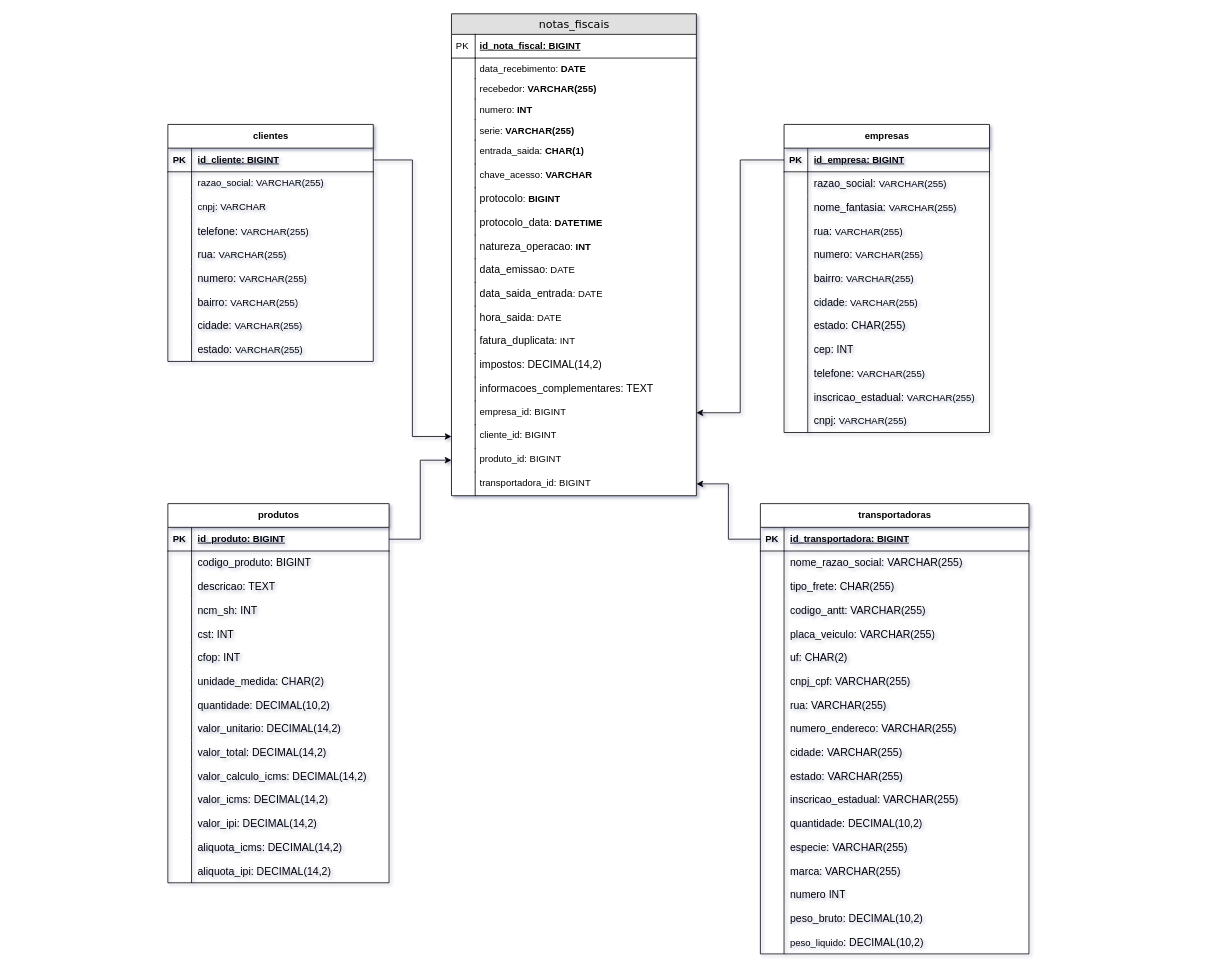
This is Diagrama sem nome.drawio from RenanSMA/3-Semestre, a draw.io file, before an edit. Source tidied: cells renumbered, new cells numbered last; positions are measured from the earlier drawing's top-left corner, leaving out a move shared by most shapes. Both pictures are drawn from the tidied source at 79%, with x=0, y=0 at pixel (167, 13).
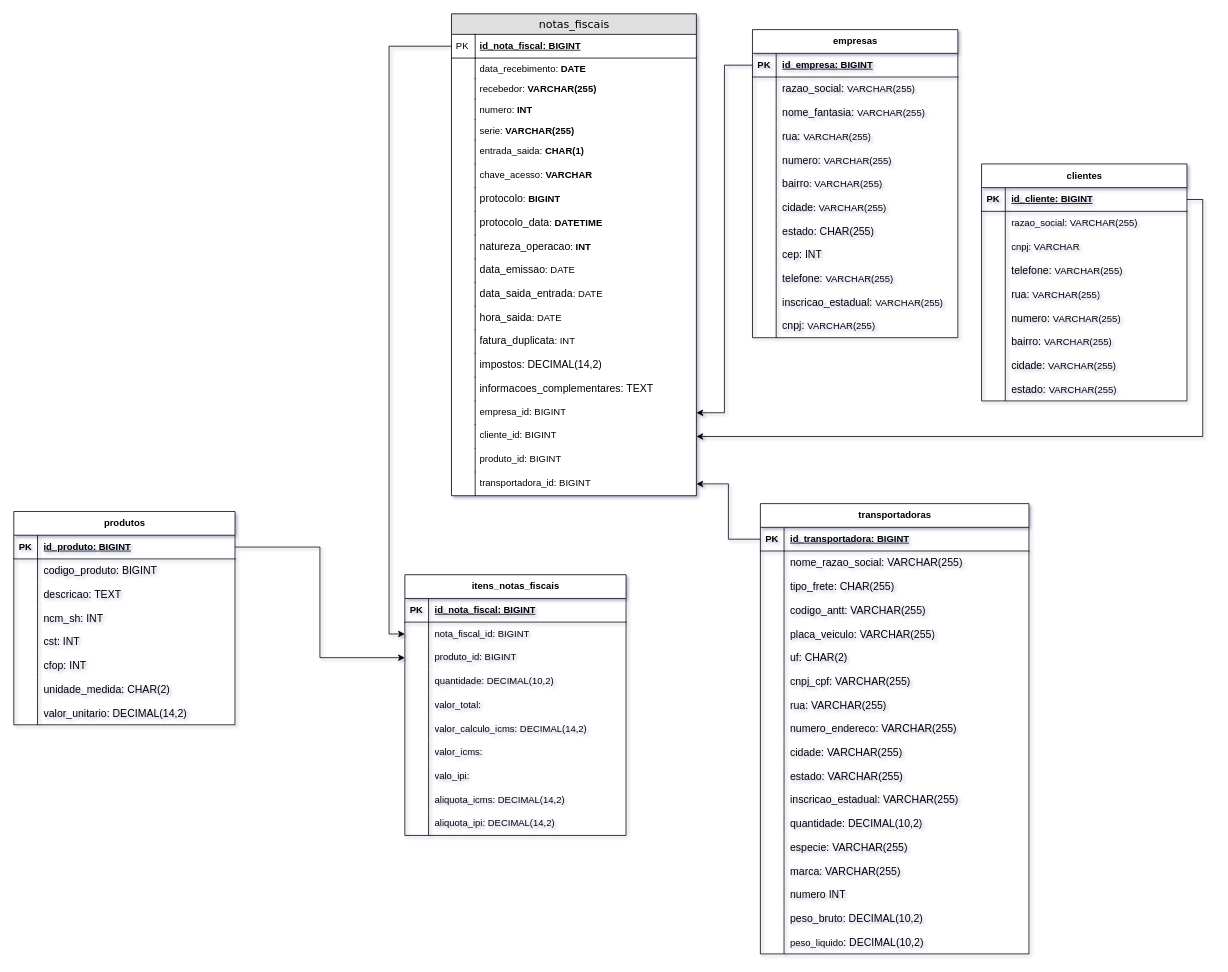
After the change.

The change refers to these unchanged cells:
```xml
<mxCell id="3" value="id_nota_fiscal: BIGINT" style="shape=partialRectangle;top=0;left=0;right=0;bottom=1;html=1;align=left;verticalAlign=middle;fillColor=none;spacingLeft=34;spacingRight=4;whiteSpace=wrap;overflow=hidden;points=[[0,0.5],[1,0.5]];portConstraint=eastwest;fontStyle=5;" parent="2" vertex="1">
  <mxGeometry y="26" width="310" height="30" as="geometry" />
</mxCell>
<mxCell id="37" value="cliente_id: BIGINT" style="shape=partialRectangle;top=0;left=0;right=0;bottom=0;html=1;align=left;verticalAlign=top;fillColor=none;spacingLeft=34;spacingRight=4;whiteSpace=wrap;overflow=hidden;points=[[0,0.5],[1,0.5]];portConstraint=eastwest;" parent="2" vertex="1">
  <mxGeometry y="520" width="310" height="30" as="geometry" />
</mxCell>
<mxCell id="39" value="produto_id: BIGINT" style="shape=partialRectangle;top=0;left=0;right=0;bottom=0;html=1;align=left;verticalAlign=top;fillColor=none;spacingLeft=34;spacingRight=4;whiteSpace=wrap;overflow=hidden;points=[[0,0.5],[1,0.5]];portConstraint=eastwest;" parent="2" vertex="1">
  <mxGeometry y="550" width="310" height="30" as="geometry" />
</mxCell>
<mxCell id="41" value="transportadora_id: BIGINT" style="shape=partialRectangle;top=0;left=0;right=0;bottom=0;html=1;align=left;verticalAlign=top;fillColor=none;spacingLeft=34;spacingRight=4;whiteSpace=wrap;overflow=hidden;points=[[0,0.5],[1,0.5]];portConstraint=eastwest;" parent="2" vertex="1">
  <mxGeometry y="580" width="310" height="30" as="geometry" />
</mxCell>
<mxCell id="81" style="shape=tableRow;horizontal=0;startSize=0;swimlaneHead=0;swimlaneBody=0;fillColor=none;points=[[0,0.5],[1,0.5]];portConstraint=eastwest;top=0;left=0;right=0;bottom=1;" parent="80" vertex="1">
  <mxGeometry y="30" width="280" height="30" as="geometry" />
</mxCell>
<mxCell id="127" style="shape=tableRow;horizontal=0;startSize=0;swimlaneHead=0;swimlaneBody=0;fillColor=none;points=[[0,0.5],[1,0.5]];portConstraint=eastwest;top=0;left=0;right=0;bottom=1;" parent="126" vertex="1">
  <mxGeometry y="30" width="340" height="30" as="geometry" />
</mxCell>
<mxCell id="183" style="shape=tableRow;horizontal=0;startSize=0;swimlaneHead=0;swimlaneBody=0;fillColor=none;points=[[0,0.5],[1,0.5]];portConstraint=eastwest;top=0;left=0;right=0;bottom=1;" parent="182" vertex="1">
  <mxGeometry y="30" width="260" height="30" as="geometry" />
</mxCell>
```

The edit, as a diff of the source:
```diff
@@
     <mxCell id="43" value="empresas" style="shape=table;startSize=30;childLayout=tableLayout;rowLines=0;fontStyle=1;align=center;html=1;fillColor=light-dark(#FFFFFF,#003366);" parent="1" vertex="1">
-      <mxGeometry x="780" y="140" width="260" height="390" as="geometry" />
+      <mxGeometry x="740" y="20" width="260" height="390" as="geometry" />
     </mxCell>
@@
     <mxCell id="80" value="&lt;font style=&quot;color: light-dark(rgb(0, 0, 0), rgb(0, 0, 0));&quot;&gt;produtos&lt;/font&gt;" style="shape=table;startSize=30;childLayout=tableLayout;rowLines=0;fontStyle=1;align=center;html=1;fillColor=light-dark(#FFFFFF,#99004D);" parent="1" vertex="1">
-      <mxGeometry y="620" width="280" height="480" as="geometry" />
+      <mxGeometry x="-195" y="630" width="280" height="270" as="geometry" />
     </mxCell>
@@
-    <mxCell id="102" style="shape=tableRow;horizontal=0;startSize=0;swimlaneHead=0;swimlaneBody=0;fillColor=none;top=0;left=0;right=0;bottom=0;" parent="80" vertex="1">
-      <mxGeometry y="240" width="280" height="30" as="geometry" />
-    </mxCell>
-    <mxCell id="103" style="shape=partialRectangle;fillColor=none;top=0;left=0;bottom=0;right=0;overflow=hidden;whiteSpace=wrap;html=1;" parent="102" vertex="1">
-      <mxGeometry width="30" height="30" as="geometry" />
-    </mxCell>
-    <mxCell id="104" value="&lt;span style=&quot;font-size:10pt;font-family:Arial;font-style:normal;&quot;&gt;quantidade&lt;/span&gt;&lt;span style=&quot;font-family: Arial; font-size: 13.3333px;&quot;&gt;: DECIMAL(10,2)&lt;/span&gt;" style="shape=partialRectangle;fillColor=none;top=0;left=0;bottom=0;right=0;align=left;spacingLeft=6;overflow=hidden;whiteSpace=wrap;html=1;" parent="102" vertex="1">
-      <mxGeometry x="30" width="250" height="30" as="geometry" />
-    </mxCell>
     <mxCell id="105" style="shape=tableRow;horizontal=0;startSize=0;swimlaneHead=0;swimlaneBody=0;fillColor=none;top=0;left=0;right=0;bottom=0;" parent="80" vertex="1">
-      <mxGeometry y="270" width="280" height="30" as="geometry" />
+      <mxGeometry y="240" width="280" height="30" as="geometry" />
     </mxCell>
@@
-    <mxCell id="108" style="shape=tableRow;horizontal=0;startSize=0;swimlaneHead=0;swimlaneBody=0;fillColor=none;top=0;left=0;right=0;bottom=0;" parent="80" vertex="1">
-      <mxGeometry y="300" width="280" height="30" as="geometry" />
-    </mxCell>
-    <mxCell id="109" style="shape=partialRectangle;fillColor=none;top=0;left=0;bottom=0;right=0;overflow=hidden;whiteSpace=wrap;html=1;" parent="108" vertex="1">
-      <mxGeometry width="30" height="30" as="geometry" />
-    </mxCell>
-    <mxCell id="110" value="&lt;span style=&quot;font-size:10pt;font-family:Arial;font-style:normal;&quot;&gt;valor_total&lt;/span&gt;&lt;span style=&quot;font-family: Arial; font-size: 13.3333px;&quot;&gt;: DECIMAL(14,2)&lt;/span&gt;" style="shape=partialRectangle;fillColor=none;top=0;left=0;bottom=0;right=0;align=left;spacingLeft=6;overflow=hidden;whiteSpace=wrap;html=1;" parent="108" vertex="1">
-      <mxGeometry x="30" width="250" height="30" as="geometry" />
-    </mxCell>
-    <mxCell id="111" style="shape=tableRow;horizontal=0;startSize=0;swimlaneHead=0;swimlaneBody=0;fillColor=none;top=0;left=0;right=0;bottom=0;" parent="80" vertex="1">
-      <mxGeometry y="330" width="280" height="30" as="geometry" />
-    </mxCell>
-    <mxCell id="112" style="shape=partialRectangle;fillColor=none;top=0;left=0;bottom=0;right=0;overflow=hidden;whiteSpace=wrap;html=1;" parent="111" vertex="1">
-      <mxGeometry width="30" height="30" as="geometry" />
-    </mxCell>
-    <mxCell id="113" value="&lt;span style=&quot;font-size:10pt;font-family:Arial;font-style:normal;&quot;&gt;valor_calculo_icms&lt;/span&gt;&lt;span style=&quot;font-family: Arial; font-size: 13.3333px;&quot;&gt;: DECIMAL(14,2)&lt;/span&gt;" style="shape=partialRectangle;fillColor=none;top=0;left=0;bottom=0;right=0;align=left;spacingLeft=6;overflow=hidden;whiteSpace=wrap;html=1;" parent="111" vertex="1">
-      <mxGeometry x="30" width="250" height="30" as="geometry" />
-    </mxCell>
-    <mxCell id="114" style="shape=tableRow;horizontal=0;startSize=0;swimlaneHead=0;swimlaneBody=0;fillColor=none;top=0;left=0;right=0;bottom=0;" parent="80" vertex="1">
-      <mxGeometry y="360" width="280" height="30" as="geometry" />
-    </mxCell>
-    <mxCell id="115" style="shape=partialRectangle;fillColor=none;top=0;left=0;bottom=0;right=0;overflow=hidden;whiteSpace=wrap;html=1;" parent="114" vertex="1">
-      <mxGeometry width="30" height="30" as="geometry" />
-    </mxCell>
-    <mxCell id="116" value="&lt;span style=&quot;font-size:10pt;font-family:Arial;font-style:normal;&quot;&gt;valor_icms&lt;/span&gt;&lt;span style=&quot;font-family: Arial; font-size: 13.3333px;&quot;&gt;: DECIMAL(14,2)&lt;/span&gt;" style="shape=partialRectangle;fillColor=none;top=0;left=0;bottom=0;right=0;align=left;spacingLeft=6;overflow=hidden;whiteSpace=wrap;html=1;" parent="114" vertex="1">
-      <mxGeometry x="30" width="250" height="30" as="geometry" />
-    </mxCell>
-    <mxCell id="117" style="shape=tableRow;horizontal=0;startSize=0;swimlaneHead=0;swimlaneBody=0;fillColor=none;top=0;left=0;right=0;bottom=0;" parent="80" vertex="1">
-      <mxGeometry y="390" width="280" height="30" as="geometry" />
-    </mxCell>
-    <mxCell id="118" style="shape=partialRectangle;fillColor=none;top=0;left=0;bottom=0;right=0;overflow=hidden;whiteSpace=wrap;html=1;" parent="117" vertex="1">
-      <mxGeometry width="30" height="30" as="geometry" />
-    </mxCell>
-    <mxCell id="119" value="&lt;span style=&quot;font-size:10pt;font-family:Arial;font-style:normal;&quot;&gt;valor_ipi&lt;/span&gt;&lt;span style=&quot;font-family: Arial; font-size: 13.3333px;&quot;&gt;: DECIMAL(14,2)&lt;/span&gt;" style="shape=partialRectangle;fillColor=none;top=0;left=0;bottom=0;right=0;align=left;spacingLeft=6;overflow=hidden;whiteSpace=wrap;html=1;" parent="117" vertex="1">
-      <mxGeometry x="30" width="250" height="30" as="geometry" />
-    </mxCell>
-    <mxCell id="120" style="shape=tableRow;horizontal=0;startSize=0;swimlaneHead=0;swimlaneBody=0;fillColor=none;top=0;left=0;right=0;bottom=0;" parent="80" vertex="1">
-      <mxGeometry y="420" width="280" height="30" as="geometry" />
-    </mxCell>
-    <mxCell id="121" style="shape=partialRectangle;fillColor=none;top=0;left=0;bottom=0;right=0;overflow=hidden;whiteSpace=wrap;html=1;" parent="120" vertex="1">
-      <mxGeometry width="30" height="30" as="geometry" />
-    </mxCell>
-    <mxCell id="122" value="&lt;span style=&quot;font-size:10pt;font-family:Arial;font-style:normal;&quot;&gt;aliquota_icms&lt;/span&gt;&lt;span style=&quot;font-family: Arial; font-size: 13.3333px;&quot;&gt;: DECIMAL(14,2)&lt;/span&gt;" style="shape=partialRectangle;fillColor=none;top=0;left=0;bottom=0;right=0;align=left;spacingLeft=6;overflow=hidden;whiteSpace=wrap;html=1;" parent="120" vertex="1">
-      <mxGeometry x="30" width="250" height="30" as="geometry" />
-    </mxCell>
-    <mxCell id="123" style="shape=tableRow;horizontal=0;startSize=0;swimlaneHead=0;swimlaneBody=0;fillColor=none;top=0;left=0;right=0;bottom=0;" parent="80" vertex="1">
-      <mxGeometry y="450" width="280" height="30" as="geometry" />
-    </mxCell>
-    <mxCell id="124" style="shape=partialRectangle;fillColor=none;top=0;left=0;bottom=0;right=0;overflow=hidden;whiteSpace=wrap;html=1;" parent="123" vertex="1">
-      <mxGeometry width="30" height="30" as="geometry" />
-    </mxCell>
-    <mxCell id="125" value="&lt;span style=&quot;font-size:10pt;font-family:Arial;font-style:normal;&quot;&gt;aliquota_ipi: DECIMAL(14,2)&lt;/span&gt;" style="shape=partialRectangle;fillColor=none;top=0;left=0;bottom=0;right=0;align=left;spacingLeft=6;overflow=hidden;whiteSpace=wrap;html=1;" parent="123" vertex="1">
-      <mxGeometry x="30" width="250" height="30" as="geometry" />
-    </mxCell>
@@
     <mxCell id="182" value="&lt;font style=&quot;color: light-dark(rgb(0, 0, 0), rgb(0, 0, 0));&quot;&gt;clientes&lt;/font&gt;" style="shape=table;startSize=30;childLayout=tableLayout;rowLines=0;fontStyle=1;align=center;html=1;fillColor=light-dark(#FFFFFF,#CCFFFF);" parent="1" vertex="1">
-      <mxGeometry y="140" width="260" height="300" as="geometry" />
+      <mxGeometry x="1030" y="190" width="260" height="300" as="geometry" />
     </mxCell>
@@
+    <mxCell id="212" style="edgeStyle=orthogonalEdgeStyle;rounded=0;jettySize=auto;html=1;exitX=0;exitY=0.5;exitDx=0;exitDy=0;entryX=1;entryY=0.5;entryDx=0;entryDy=0;" parent="1" edge="1" source="127" target="41">
+      <mxGeometry relative="1" as="geometry" />
+    </mxCell>
+    <mxCell id="213" value="itens_notas_fiscais" style="shape=table;startSize=30;childLayout=tableLayout;rowLines=0;fontStyle=1;align=center;html=1;fillColor=light-dark(#FFFFFF,#CC00CC);" parent="1" vertex="1">
+      <mxGeometry x="300" y="710" width="280" height="330" as="geometry" />
+    </mxCell>
+    <mxCell id="214" style="shape=tableRow;horizontal=0;startSize=0;swimlaneHead=0;swimlaneBody=0;fillColor=none;top=0;left=0;right=0;bottom=1;" parent="213" vertex="1">
+      <mxGeometry y="30" width="280" height="30" as="geometry" />
+    </mxCell>
+    <mxCell id="215" value="PK" style="shape=partialRectangle;fillColor=none;top=0;left=0;bottom=0;right=0;fontStyle=1;overflow=hidden;whiteSpace=wrap;html=1;" parent="214" vertex="1">
+      <mxGeometry width="30" height="30" as="geometry" />
+    </mxCell>
+    <mxCell id="216" value="&lt;div align=&quot;left&quot;&gt;id_nota_fiscal: BIGINT&lt;/div&gt;" style="shape=partialRectangle;fillColor=none;top=0;left=0;bottom=0;right=0;align=left;spacingLeft=6;fontStyle=5;overflow=hidden;whiteSpace=wrap;html=1;" parent="214" vertex="1">
+      <mxGeometry x="30" width="250" height="30" as="geometry" />
+    </mxCell>
+    <mxCell id="217" style="shape=tableRow;horizontal=0;startSize=0;swimlaneHead=0;swimlaneBody=0;fillColor=none;points=[[0,0.5],[1,0.5]];portConstraint=eastwest;top=0;left=0;right=0;bottom=0;" parent="213" vertex="1">
+      <mxGeometry y="60" width="280" height="30" as="geometry" />
+    </mxCell>
+    <mxCell id="218" style="shape=partialRectangle;fillColor=none;top=0;left=0;bottom=0;right=0;overflow=hidden;whiteSpace=wrap;html=1;" parent="217" vertex="1">
+      <mxGeometry width="30" height="30" as="geometry" />
+    </mxCell>
+    <mxCell id="219" value="nota_fiscal_id: BIGINT" style="shape=partialRectangle;fillColor=none;top=0;left=0;bottom=0;right=0;align=left;spacingLeft=6;overflow=hidden;whiteSpace=wrap;html=1;" parent="217" vertex="1">
+      <mxGeometry x="30" width="250" height="30" as="geometry" />
+    </mxCell>
+    <mxCell id="220" style="shape=tableRow;horizontal=0;startSize=0;swimlaneHead=0;swimlaneBody=0;fillColor=none;points=[[0,0.5],[1,0.5]];portConstraint=eastwest;top=0;left=0;right=0;bottom=0;" parent="213" vertex="1">
+      <mxGeometry y="90" width="280" height="30" as="geometry" />
+    </mxCell>
+    <mxCell id="221" style="shape=partialRectangle;fillColor=none;top=0;left=0;bottom=0;right=0;overflow=hidden;whiteSpace=wrap;html=1;" parent="220" vertex="1">
+      <mxGeometry width="30" height="30" as="geometry" />
+    </mxCell>
+    <mxCell id="222" value="produto_id: BIGINT" style="shape=partialRectangle;fillColor=none;top=0;left=0;bottom=0;right=0;align=left;spacingLeft=6;overflow=hidden;whiteSpace=wrap;html=1;" parent="220" vertex="1">
+      <mxGeometry x="30" width="250" height="30" as="geometry" />
+    </mxCell>
+    <mxCell id="223" style="shape=tableRow;horizontal=0;startSize=0;swimlaneHead=0;swimlaneBody=0;fillColor=none;top=0;left=0;right=0;bottom=0;" parent="213" vertex="1">
+      <mxGeometry y="120" width="280" height="30" as="geometry" />
+    </mxCell>
+    <mxCell id="224" style="shape=partialRectangle;fillColor=none;top=0;left=0;bottom=0;right=0;overflow=hidden;whiteSpace=wrap;html=1;" parent="223" vertex="1">
+      <mxGeometry width="30" height="30" as="geometry" />
+    </mxCell>
+    <mxCell id="225" value="quantidade: DECIMAL(10,2)" style="shape=partialRectangle;fillColor=none;top=0;left=0;bottom=0;right=0;align=left;spacingLeft=6;overflow=hidden;whiteSpace=wrap;html=1;" parent="223" vertex="1">
+      <mxGeometry x="30" width="250" height="30" as="geometry" />
+    </mxCell>
+    <mxCell id="226" style="shape=tableRow;horizontal=0;startSize=0;swimlaneHead=0;swimlaneBody=0;fillColor=none;top=0;left=0;right=0;bottom=0;" parent="213" vertex="1">
+      <mxGeometry y="150" width="280" height="30" as="geometry" />
+    </mxCell>
+    <mxCell id="227" style="shape=partialRectangle;fillColor=none;top=0;left=0;bottom=0;right=0;overflow=hidden;whiteSpace=wrap;html=1;" parent="226" vertex="1">
+      <mxGeometry width="30" height="30" as="geometry" />
+    </mxCell>
+    <mxCell id="228" value="valor_total:" style="shape=partialRectangle;fillColor=none;top=0;left=0;bottom=0;right=0;align=left;spacingLeft=6;overflow=hidden;whiteSpace=wrap;html=1;" parent="226" vertex="1">
+      <mxGeometry x="30" width="250" height="30" as="geometry" />
+    </mxCell>
+    <mxCell id="229" style="shape=tableRow;horizontal=0;startSize=0;swimlaneHead=0;swimlaneBody=0;fillColor=none;top=0;left=0;right=0;bottom=0;" parent="213" vertex="1">
+      <mxGeometry y="180" width="280" height="30" as="geometry" />
+    </mxCell>
+    <mxCell id="230" style="shape=partialRectangle;fillColor=none;top=0;left=0;bottom=0;right=0;overflow=hidden;whiteSpace=wrap;html=1;" parent="229" vertex="1">
+      <mxGeometry width="30" height="30" as="geometry" />
+    </mxCell>
+    <mxCell id="231" value="valor_calculo_icms: DECIMAL(14,2)" style="shape=partialRectangle;fillColor=none;top=0;left=0;bottom=0;right=0;align=left;spacingLeft=6;overflow=hidden;whiteSpace=wrap;html=1;" parent="229" vertex="1">
+      <mxGeometry x="30" width="250" height="30" as="geometry" />
+    </mxCell>
+    <mxCell id="232" style="shape=tableRow;horizontal=0;startSize=0;swimlaneHead=0;swimlaneBody=0;fillColor=none;top=0;left=0;right=0;bottom=0;" parent="213" vertex="1">
+      <mxGeometry y="210" width="280" height="30" as="geometry" />
+    </mxCell>
+    <mxCell id="233" style="shape=partialRectangle;fillColor=none;top=0;left=0;bottom=0;right=0;overflow=hidden;whiteSpace=wrap;html=1;" parent="232" vertex="1">
+      <mxGeometry width="30" height="30" as="geometry" />
+    </mxCell>
+    <mxCell id="234" value="valor_icms:" style="shape=partialRectangle;fillColor=none;top=0;left=0;bottom=0;right=0;align=left;spacingLeft=6;overflow=hidden;whiteSpace=wrap;html=1;" parent="232" vertex="1">
+      <mxGeometry x="30" width="250" height="30" as="geometry" />
+    </mxCell>
+    <mxCell id="102" style="shape=tableRow;horizontal=0;startSize=0;swimlaneHead=0;swimlaneBody=0;fillColor=none;top=0;left=0;right=0;bottom=0;" parent="213" vertex="1">
+      <mxGeometry y="240" width="280" height="30" as="geometry" />
+    </mxCell>
+    <mxCell id="235" style="shape=partialRectangle;fillColor=none;top=0;left=0;bottom=0;right=0;overflow=hidden;whiteSpace=wrap;html=1;" parent="102" vertex="1">
+      <mxGeometry width="30" height="30" as="geometry" />
+    </mxCell>
+    <mxCell id="236" value="valo_ipi:" style="shape=partialRectangle;fillColor=none;top=0;left=0;bottom=0;right=0;align=left;spacingLeft=6;overflow=hidden;whiteSpace=wrap;html=1;" parent="102" vertex="1">
+      <mxGeometry x="30" width="250" height="30" as="geometry" />
+    </mxCell>
+    <mxCell id="237" style="shape=tableRow;horizontal=0;startSize=0;swimlaneHead=0;swimlaneBody=0;fillColor=none;top=0;left=0;right=0;bottom=0;" parent="213" vertex="1">
+      <mxGeometry y="270" width="280" height="30" as="geometry" />
+    </mxCell>
+    <mxCell id="238" style="shape=partialRectangle;fillColor=none;top=0;left=0;bottom=0;right=0;overflow=hidden;whiteSpace=wrap;html=1;" parent="237" vertex="1">
+      <mxGeometry width="30" height="30" as="geometry" />
+    </mxCell>
+    <mxCell id="239" value="aliquota_icms: DECIMAL(14,2)" style="shape=partialRectangle;fillColor=none;top=0;left=0;bottom=0;right=0;align=left;spacingLeft=6;overflow=hidden;whiteSpace=wrap;html=1;" parent="237" vertex="1">
+      <mxGeometry x="30" width="250" height="30" as="geometry" />
+    </mxCell>
+    <mxCell id="108" style="shape=tableRow;horizontal=0;startSize=0;swimlaneHead=0;swimlaneBody=0;fillColor=none;top=0;left=0;right=0;bottom=0;" parent="213" vertex="1">
+      <mxGeometry y="300" width="280" height="30" as="geometry" />
+    </mxCell>
+    <mxCell id="240" style="shape=partialRectangle;fillColor=none;top=0;left=0;bottom=0;right=0;overflow=hidden;whiteSpace=wrap;html=1;" parent="108" vertex="1">
+      <mxGeometry width="30" height="30" as="geometry" />
+    </mxCell>
+    <mxCell id="125" value="aliquota_ipi: DECIMAL(14,2)" style="shape=partialRectangle;fillColor=none;top=0;left=0;bottom=0;right=0;align=left;spacingLeft=6;overflow=hidden;whiteSpace=wrap;html=1;" parent="108" vertex="1">
+      <mxGeometry x="30" width="250" height="30" as="geometry" />
+    </mxCell>
-    <mxCell id="210" style="edgeStyle=orthogonalEdgeStyle;rounded=0;jettySize=auto;html=1;exitX=1;exitY=0.5;exitDx=0;exitDy=0;entryX=0;entryY=0.5;entryDx=0;entryDy=0;" parent="1" edge="1" source="183" target="37">
+    <mxCell id="210" style="edgeStyle=orthogonalEdgeStyle;rounded=0;jettySize=auto;html=1;exitX=1;exitY=0.5;exitDx=0;exitDy=0;entryX=1;entryY=0.5;entryDx=0;entryDy=0;" parent="1" edge="1" source="183" target="37">
       <mxGeometry relative="1" as="geometry" />
     </mxCell>
-    <mxCell id="211" style="edgeStyle=orthogonalEdgeStyle;rounded=0;jettySize=auto;html=1;exitX=1;exitY=0.5;exitDx=0;exitDy=0;entryX=0;entryY=0.5;entryDx=0;entryDy=0;" parent="1" edge="1" source="81" target="39">
-      <mxGeometry relative="1" as="geometry" />
-    </mxCell>
-    <mxCell id="212" style="edgeStyle=orthogonalEdgeStyle;rounded=0;jettySize=auto;html=1;exitX=0;exitY=0.5;exitDx=0;exitDy=0;entryX=1;entryY=0.5;entryDx=0;entryDy=0;" parent="1" edge="1" source="127" target="41">
-      <mxGeometry relative="1" as="geometry" />
-    </mxCell>
+    <mxCell id="241" style="edgeStyle=orthogonalEdgeStyle;rounded=0;jettySize=auto;html=1;exitX=0;exitY=0.5;exitDx=0;exitDy=0;entryX=0;entryY=0.5;entryDx=0;entryDy=0;" parent="1" edge="1" source="3" target="217">
+      <mxGeometry relative="1" as="geometry" />
+    </mxCell>
+    <mxCell id="242" style="edgeStyle=orthogonalEdgeStyle;rounded=0;jettySize=auto;html=1;exitX=1;exitY=0.5;exitDx=0;exitDy=0;entryX=0;entryY=0.5;entryDx=0;entryDy=0;" parent="1" edge="1" source="81" target="220">
+      <mxGeometry relative="1" as="geometry" />
+    </mxCell>
```
